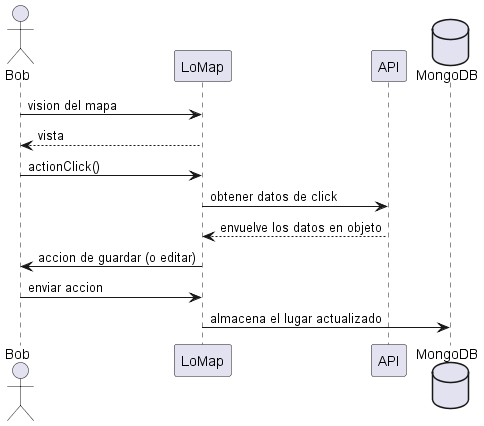
The PlantUML diagram images/InteractiveMap_01.png in Arquisoft/lomap_es5b, before a commit.
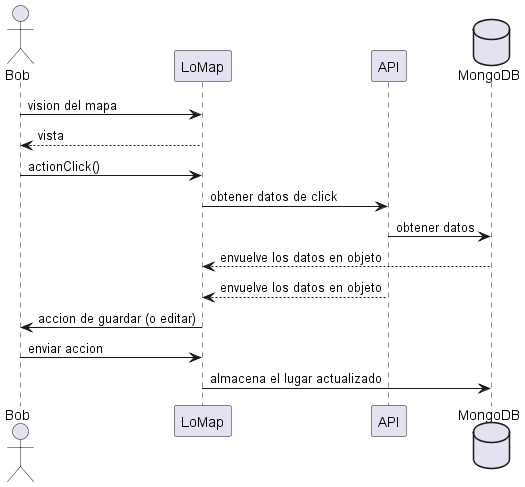
The same file after the commit.

What changed in the source:
```diff
@@ -3,10 +3,13 @@
 participant LoMap
 participant API
 database MongoDB
+
 Bob -> LoMap: vision del mapa
 LoMap --> Bob: vista
 Bob -> LoMap: actionClick()
 LoMap -> API: obtener datos de click
+API -> MongoDB: obtener datos
+MongoDB --> LoMap: envuelve los datos en objeto
 API --> LoMap: envuelve los datos en objeto
 LoMap -> Bob: accion de guardar (o editar)
 Bob -> LoMap: enviar accion
```
